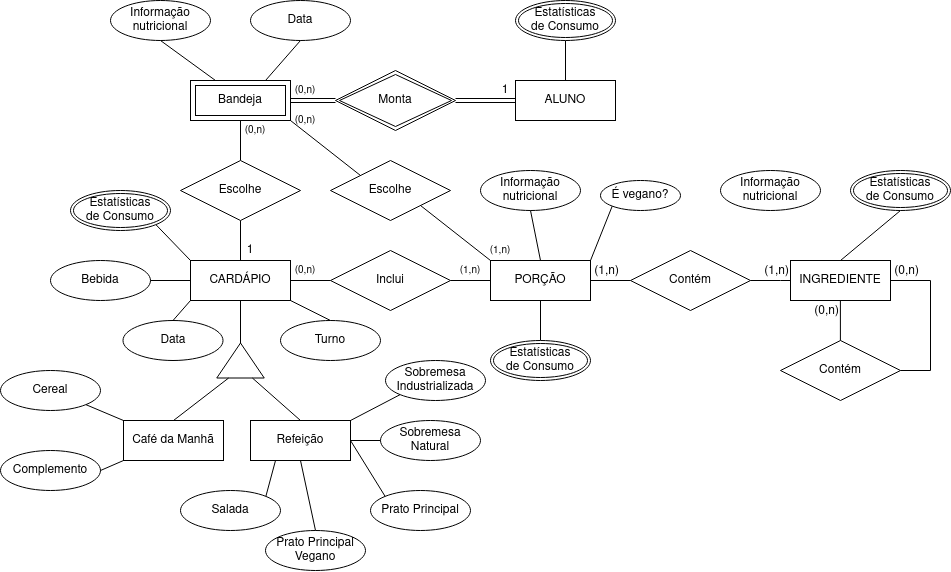
This is lab02/images/ER_Restaurante.png from uniaovasko/vasco, a draw.io export, as it was before one commit. Source tidied: cells renumbered, new cells last; positions are measured from the earlier drawing's top-left corner, leaving out a move shared by most shapes. Its diagram source:
```xml
<mxGraphModel background="#FFFFFF">
  <root>
    <mxCell id="0" />
    <mxCell id="1" parent="0" />
    <mxCell id="2" value="CARDÁPIO" style="whiteSpace=wrap;html=1;align=center;" parent="1" vertex="1">
      <mxGeometry x="190" y="260" width="100" height="40" as="geometry" />
    </mxCell>
    <mxCell id="3" value="ALUNO" style="whiteSpace=wrap;html=1;align=center;" parent="1" vertex="1">
      <mxGeometry x="515" y="80" width="100" height="40" as="geometry" />
    </mxCell>
    <mxCell id="4" value="PORÇÃO" style="whiteSpace=wrap;html=1;align=center;" parent="1" vertex="1">
      <mxGeometry x="490" y="260" width="100" height="40" as="geometry" />
    </mxCell>
    <mxCell id="5" value="INGREDIENTE" style="whiteSpace=wrap;html=1;align=center;" parent="1" vertex="1">
      <mxGeometry x="790" y="260" width="100" height="40" as="geometry" />
    </mxCell>
    <mxCell id="6" value="Contém" style="shape=rhombus;perimeter=rhombusPerimeter;whiteSpace=wrap;html=1;align=center;" parent="1" vertex="1">
      <mxGeometry x="630" y="250" width="120" height="60" as="geometry" />
    </mxCell>
    <mxCell id="7" style="endArrow=none;html=1;rounded=0;exitX=1;exitY=0.5;exitDx=0;exitDy=0;entryX=0;entryY=0.5;entryDx=0;entryDy=0;" parent="1" edge="1" source="6" target="5">
      <mxGeometry relative="1" as="geometry">
        <Array as="points">
          <mxPoint x="780" y="280" />
        </Array>
      </mxGeometry>
    </mxCell>
    <mxCell id="8" value="(1,n)" style="whiteSpace=wrap;align=right;verticalAlign=bottom;horizontal=1;html=1;fontSize=12;spacing=2;" parent="7" vertex="1">
      <mxGeometry relative="1" as="geometry">
        <mxPoint x="20" as="offset" />
      </mxGeometry>
    </mxCell>
    <mxCell id="9" style="endArrow=none;html=1;rounded=0;exitX=0;exitY=0.5;exitDx=0;exitDy=0;entryX=1;entryY=0.5;entryDx=0;entryDy=0;" parent="1" edge="1" source="6" target="4">
      <mxGeometry relative="1" as="geometry" />
    </mxCell>
    <mxCell id="10" value="(1,n)" style="html=1;whiteSpace=wrap;align=right;verticalAlign=bottom;" parent="9" vertex="1">
      <mxGeometry x="1" relative="1" as="geometry">
        <mxPoint x="30" as="offset" />
      </mxGeometry>
    </mxCell>
    <mxCell id="11" value="Contém" style="shape=rhombus;perimeter=rhombusPerimeter;whiteSpace=wrap;html=1;align=center;" parent="1" vertex="1">
      <mxGeometry x="780" y="340" width="120" height="60" as="geometry" />
    </mxCell>
    <mxCell id="12" style="endArrow=none;html=1;rounded=0;exitX=1;exitY=0.5;exitDx=0;exitDy=0;entryX=1;entryY=0.5;entryDx=0;entryDy=0;" parent="1" edge="1" source="5" target="11">
      <mxGeometry relative="1" as="geometry">
        <Array as="points">
          <mxPoint x="930" y="280" />
          <mxPoint x="930" y="370" />
        </Array>
      </mxGeometry>
    </mxCell>
    <mxCell id="13" value="(0,n)" style="html=1;whiteSpace=wrap;align=right;verticalAlign=bottom;" parent="12" vertex="1">
      <mxGeometry x="1" relative="1" as="geometry">
        <mxPoint x="20" y="-90" as="offset" />
      </mxGeometry>
    </mxCell>
    <mxCell id="14" style="endArrow=none;html=1;rounded=0;exitX=0.5;exitY=0;exitDx=0;exitDy=0;entryX=0.5;entryY=1;entryDx=0;entryDy=0;" parent="1" edge="1">
      <mxGeometry relative="1" as="geometry">
        <mxPoint x="839.9" y="340" as="sourcePoint" />
        <mxPoint x="839.9" y="300" as="targetPoint" />
      </mxGeometry>
    </mxCell>
    <mxCell id="15" value="(0,n)" style="html=1;whiteSpace=wrap;align=right;verticalAlign=bottom;" parent="14" vertex="1">
      <mxGeometry x="1" relative="1" as="geometry">
        <mxPoint y="20" as="offset" />
      </mxGeometry>
    </mxCell>
    <mxCell id="16" value="Inclui" style="shape=rhombus;perimeter=rhombusPerimeter;whiteSpace=wrap;html=1;align=center;" parent="1" vertex="1">
      <mxGeometry x="330" y="250" width="120" height="60" as="geometry" />
    </mxCell>
    <mxCell id="17" style="endArrow=none;html=1;rounded=0;exitX=1;exitY=0.5;exitDx=0;exitDy=0;entryX=0;entryY=0.5;entryDx=0;entryDy=0;" parent="1" edge="1" source="16" target="4">
      <mxGeometry relative="1" as="geometry" />
    </mxCell>
    <mxCell id="18" style="endArrow=none;html=1;rounded=0;exitX=1;exitY=0.5;exitDx=0;exitDy=0;entryX=0;entryY=0.5;entryDx=0;entryDy=0;" parent="1" edge="1" source="2" target="16">
      <mxGeometry relative="1" as="geometry" />
    </mxCell>
    <mxCell id="19" style="endArrow=none;html=1;rounded=0;exitX=0.5;exitY=1;exitDx=0;exitDy=0;entryX=0.5;entryY=0;entryDx=0;entryDy=0;" parent="1" edge="1" target="2">
      <mxGeometry relative="1" as="geometry">
        <mxPoint x="240" y="220" as="sourcePoint" />
      </mxGeometry>
    </mxCell>
    <mxCell id="20" style="endArrow=none;html=1;rounded=0;exitX=0.5;exitY=1;exitDx=0;exitDy=0;entryX=0.5;entryY=0;entryDx=0;entryDy=0;" parent="1" edge="1" source="38">
      <mxGeometry relative="1" as="geometry">
        <mxPoint x="240" y="160" as="targetPoint" />
      </mxGeometry>
    </mxCell>
    <mxCell id="21" value="Data" style="ellipse;whiteSpace=wrap;html=1;align=center;" parent="1" vertex="1">
      <mxGeometry x="122.5" y="320" width="100" height="40" as="geometry" />
    </mxCell>
    <mxCell id="22" value="Turno" style="ellipse;whiteSpace=wrap;html=1;align=center;" parent="1" vertex="1">
      <mxGeometry x="280" y="320" width="100" height="40" as="geometry" />
    </mxCell>
    <mxCell id="23" style="endArrow=none;html=1;rounded=0;exitX=0.5;exitY=0;exitDx=0;exitDy=0;entryX=0;entryY=1;entryDx=0;entryDy=0;" parent="1" edge="1" source="21" target="2">
      <mxGeometry relative="1" as="geometry" />
    </mxCell>
    <mxCell id="24" style="endArrow=none;html=1;rounded=0;exitX=0.5;exitY=0;exitDx=0;exitDy=0;entryX=1;entryY=1;entryDx=0;entryDy=0;" parent="1" edge="1" source="22" target="2">
      <mxGeometry relative="1" as="geometry" />
    </mxCell>
    <mxCell id="25" style="endArrow=none;html=1;rounded=0;exitX=0.5;exitY=0;exitDx=0;exitDy=0;entryX=0.5;entryY=1;entryDx=0;entryDy=0;" parent="1" edge="1" source="5" target="57">
      <mxGeometry relative="1" as="geometry" />
    </mxCell>
    <mxCell id="26" style="endArrow=none;html=1;rounded=0;entryX=1;entryY=1;entryDx=0;entryDy=0;exitX=0;exitY=0;exitDx=0;exitDy=0;" parent="1" edge="1" source="2" target="54">
      <mxGeometry relative="1" as="geometry" />
    </mxCell>
    <mxCell id="27" value="Informação nutricional" style="ellipse;whiteSpace=wrap;html=1;align=center;" parent="1" vertex="1">
      <mxGeometry x="480" y="170" width="100" height="40" as="geometry" />
    </mxCell>
    <mxCell id="28" style="endArrow=none;html=1;rounded=0;exitX=0.5;exitY=1;exitDx=0;exitDy=0;entryX=0.5;entryY=0;entryDx=0;entryDy=0;" parent="1" edge="1" source="27" target="4">
      <mxGeometry relative="1" as="geometry" />
    </mxCell>
    <mxCell id="29" style="endArrow=none;html=1;rounded=0;entryX=0.5;entryY=1;entryDx=0;entryDy=0;exitX=0.5;exitY=0;exitDx=0;exitDy=0;" parent="1" edge="1" source="55" target="4">
      <mxGeometry relative="1" as="geometry" />
    </mxCell>
    <mxCell id="30" value="Escolhe" style="shape=rhombus;perimeter=rhombusPerimeter;whiteSpace=wrap;html=1;align=center;" parent="1" vertex="1">
      <mxGeometry x="330" y="160" width="120" height="60" as="geometry" />
    </mxCell>
    <mxCell id="31" style="endArrow=none;html=1;rounded=0;exitX=1;exitY=1;exitDx=0;exitDy=0;entryX=0;entryY=0;entryDx=0;entryDy=0;" parent="1" edge="1" target="30">
      <mxGeometry relative="1" as="geometry">
        <mxPoint x="290" y="120" as="sourcePoint" />
      </mxGeometry>
    </mxCell>
    <mxCell id="32" style="endArrow=none;html=1;rounded=0;exitX=1;exitY=1;exitDx=0;exitDy=0;" parent="1" edge="1" source="30">
      <mxGeometry relative="1" as="geometry">
        <mxPoint x="490" y="260" as="targetPoint" />
      </mxGeometry>
    </mxCell>
    <mxCell id="33" style="endArrow=none;html=1;rounded=0;exitX=0.5;exitY=0;exitDx=0;exitDy=0;entryX=0.5;entryY=1;entryDx=0;entryDy=0;" parent="1" edge="1" source="3" target="56">
      <mxGeometry relative="1" as="geometry" />
    </mxCell>
    <mxCell id="34" value="Informação nutricional" style="ellipse;whiteSpace=wrap;html=1;align=center;" parent="1" vertex="1">
      <mxGeometry x="110" width="100" height="40" as="geometry" />
    </mxCell>
    <mxCell id="35" value="Data" style="ellipse;whiteSpace=wrap;html=1;align=center;" parent="1" vertex="1">
      <mxGeometry x="250" width="100" height="40" as="geometry" />
    </mxCell>
    <mxCell id="36" style="endArrow=none;html=1;rounded=0;exitX=0.5;exitY=1;exitDx=0;exitDy=0;entryX=0.25;entryY=0;entryDx=0;entryDy=0;" parent="1" edge="1" source="34">
      <mxGeometry relative="1" as="geometry">
        <mxPoint x="215" y="80" as="targetPoint" />
      </mxGeometry>
    </mxCell>
    <mxCell id="37" style="endArrow=none;html=1;rounded=0;exitX=0.75;exitY=0;exitDx=0;exitDy=0;entryX=0.5;entryY=1;entryDx=0;entryDy=0;" parent="1" edge="1" target="35">
      <mxGeometry relative="1" as="geometry">
        <mxPoint x="265" y="80" as="sourcePoint" />
      </mxGeometry>
    </mxCell>
    <mxCell id="38" value="Bandeja" style="shape=ext;margin=3;double=1;whiteSpace=wrap;html=1;align=center;" parent="1" vertex="1">
      <mxGeometry x="190" y="80" width="100" height="40" as="geometry" />
    </mxCell>
    <mxCell id="39" value="Monta" style="shape=rhombus;double=1;perimeter=rhombusPerimeter;whiteSpace=wrap;html=1;align=center;" parent="1" vertex="1">
      <mxGeometry x="335" y="70" width="120" height="60" as="geometry" />
    </mxCell>
    <mxCell id="40" value="&lt;font style=&quot;font-size: 10px;&quot;&gt;(0,n)&lt;/font&gt;" style="text;html=1;strokeColor=none;fillColor=none;align=center;verticalAlign=middle;whiteSpace=wrap;rounded=0;" parent="1" vertex="1">
      <mxGeometry x="245" y="120" width="20" height="20" as="geometry" />
    </mxCell>
    <mxCell id="41" value="1" style="text;html=1;strokeColor=none;fillColor=none;align=center;verticalAlign=middle;whiteSpace=wrap;rounded=0;" parent="1" vertex="1">
      <mxGeometry x="240" y="240" width="20" height="20" as="geometry" />
    </mxCell>
    <mxCell id="42" value="1" style="text;html=1;strokeColor=none;fillColor=none;align=center;verticalAlign=middle;whiteSpace=wrap;rounded=0;" parent="1" vertex="1">
      <mxGeometry x="495" y="80" width="20" height="20" as="geometry" />
    </mxCell>
    <mxCell id="43" value="&lt;font style=&quot;font-size: 10px;&quot;&gt;(0,n)&lt;/font&gt;" style="text;html=1;strokeColor=none;fillColor=none;align=center;verticalAlign=middle;whiteSpace=wrap;rounded=0;" parent="1" vertex="1">
      <mxGeometry x="290" y="80" width="30" height="20" as="geometry" />
    </mxCell>
    <mxCell id="44" value="&lt;font style=&quot;font-size: 10px;&quot;&gt;(1,n)&lt;/font&gt;" style="text;html=1;strokeColor=none;fillColor=none;align=center;verticalAlign=middle;whiteSpace=wrap;rounded=0;" parent="1" vertex="1">
      <mxGeometry x="485" y="240" width="30" height="20" as="geometry" />
    </mxCell>
    <mxCell id="45" value="&lt;font style=&quot;font-size: 10px;&quot;&gt;(0,n)&lt;/font&gt;" style="text;html=1;strokeColor=none;fillColor=none;align=center;verticalAlign=middle;whiteSpace=wrap;rounded=0;" parent="1" vertex="1">
      <mxGeometry x="290" y="110" width="30" height="20" as="geometry" />
    </mxCell>
    <mxCell id="46" value="&lt;font style=&quot;font-size: 10px;&quot;&gt;(1,n)&lt;/font&gt;" style="text;html=1;strokeColor=none;fillColor=none;align=center;verticalAlign=middle;whiteSpace=wrap;rounded=0;" parent="1" vertex="1">
      <mxGeometry x="455" y="260" width="30" height="20" as="geometry" />
    </mxCell>
    <mxCell id="47" value="&lt;div&gt;&lt;font style=&quot;font-size: 10px;&quot;&gt;(0,n)&lt;/font&gt;&lt;/div&gt;" style="text;html=1;strokeColor=none;fillColor=none;align=center;verticalAlign=middle;whiteSpace=wrap;rounded=0;" parent="1" vertex="1">
      <mxGeometry x="290" y="260" width="30" height="20" as="geometry" />
    </mxCell>
    <mxCell id="48" style="triangle;whiteSpace=wrap;html=1;rotation=-90;" parent="1" vertex="1">
      <mxGeometry x="222.5" y="336.2" width="35" height="47.5" as="geometry" />
    </mxCell>
    <mxCell id="49" value="Café da Manhã" style="whiteSpace=wrap;html=1;align=center;" parent="1" vertex="1">
      <mxGeometry x="123" y="420" width="100" height="40" as="geometry" />
    </mxCell>
    <mxCell id="50" value="Refeição" style="whiteSpace=wrap;html=1;align=center;" parent="1" vertex="1">
      <mxGeometry x="250" y="420" width="100" height="40" as="geometry" />
    </mxCell>
    <mxCell id="51" style="endArrow=none;html=1;rounded=0;exitX=0.5;exitY=0;exitDx=0;exitDy=0;entryX=0;entryY=0.25;entryDx=0;entryDy=0;" parent="1" edge="1" source="49" target="48">
      <mxGeometry relative="1" as="geometry" />
    </mxCell>
    <mxCell id="52" style="endArrow=none;html=1;rounded=0;exitX=0;exitY=0.75;exitDx=0;exitDy=0;entryX=0.5;entryY=0;entryDx=0;entryDy=0;" parent="1" edge="1" source="48" target="50">
      <mxGeometry relative="1" as="geometry" />
    </mxCell>
    <mxCell id="53" style="endArrow=none;html=1;rounded=0;entryX=0.5;entryY=1;entryDx=0;entryDy=0;exitX=1;exitY=0.5;exitDx=0;exitDy=0;" parent="1" edge="1" source="48" target="2">
      <mxGeometry relative="1" as="geometry" />
    </mxCell>
    <mxCell id="54" value="&lt;div&gt;Estatísticas&lt;/div&gt;&lt;div&gt;de Consumo&lt;br&gt;&lt;/div&gt;" style="ellipse;shape=doubleEllipse;margin=3;whiteSpace=wrap;html=1;align=center;" parent="1" vertex="1">
      <mxGeometry x="70" y="190" width="100" height="40" as="geometry" />
    </mxCell>
    <mxCell id="55" value="&lt;div&gt;Estatísticas&lt;/div&gt;&lt;div&gt;de Consumo&lt;br&gt;&lt;/div&gt;" style="ellipse;shape=doubleEllipse;margin=3;whiteSpace=wrap;html=1;align=center;" parent="1" vertex="1">
      <mxGeometry x="490" y="340" width="100" height="40" as="geometry" />
    </mxCell>
    <mxCell id="56" value="&lt;div&gt;Estatísticas&lt;/div&gt;&lt;div&gt;de Consumo&lt;br&gt;&lt;/div&gt;" style="ellipse;shape=doubleEllipse;margin=3;whiteSpace=wrap;html=1;align=center;" parent="1" vertex="1">
      <mxGeometry x="515" width="100" height="40" as="geometry" />
    </mxCell>
    <mxCell id="57" value="&lt;div&gt;Estatísticas&lt;/div&gt;&lt;div&gt;de Consumo&lt;br&gt;&lt;/div&gt;" style="ellipse;shape=doubleEllipse;margin=3;whiteSpace=wrap;html=1;align=center;" parent="1" vertex="1">
      <mxGeometry x="850" y="170" width="100" height="40" as="geometry" />
    </mxCell>
    <mxCell id="58" value="É vegano?" style="ellipse;whiteSpace=wrap;html=1;align=center;" parent="1" vertex="1">
      <mxGeometry x="600" y="180" width="80" height="30" as="geometry" />
    </mxCell>
    <mxCell id="59" style="endArrow=none;html=1;rounded=0;exitX=1;exitY=0;exitDx=0;exitDy=0;entryX=0;entryY=1;entryDx=0;entryDy=0;" parent="1" edge="1" source="4" target="58">
      <mxGeometry relative="1" as="geometry" />
    </mxCell>
    <mxCell id="60" value="Escolhe" style="shape=rhombus;perimeter=rhombusPerimeter;whiteSpace=wrap;html=1;align=center;" parent="1" vertex="1">
      <mxGeometry x="180" y="160" width="120" height="60" as="geometry" />
    </mxCell>
    <mxCell id="61" style="shape=link;html=1;rounded=0;exitX=1;exitY=0.5;exitDx=0;exitDy=0;entryX=0;entryY=0.5;entryDx=0;entryDy=0;" parent="1" edge="1" source="38" target="39">
      <mxGeometry relative="1" as="geometry" />
    </mxCell>
    <mxCell id="62" style="shape=link;html=1;rounded=0;exitX=1;exitY=0.5;exitDx=0;exitDy=0;entryX=0;entryY=0.5;entryDx=0;entryDy=0;" parent="1" edge="1" source="39" target="3">
      <mxGeometry relative="1" as="geometry" />
    </mxCell>
    <mxCell id="63" value="Complemento" style="ellipse;whiteSpace=wrap;html=1;align=center;" parent="1" vertex="1">
      <mxGeometry y="450" width="100" height="40" as="geometry" />
    </mxCell>
    <mxCell id="64" value="Sobremesa Industrializada" style="ellipse;whiteSpace=wrap;html=1;align=center;" parent="1" vertex="1">
      <mxGeometry x="385" y="360" width="100" height="40" as="geometry" />
    </mxCell>
    <mxCell id="65" value="Bebida" style="ellipse;whiteSpace=wrap;html=1;align=center;" parent="1" vertex="1">
      <mxGeometry x="50" y="260" width="100" height="40" as="geometry" />
    </mxCell>
    <mxCell id="66" value="Cereal" style="ellipse;whiteSpace=wrap;html=1;align=center;" parent="1" vertex="1">
      <mxGeometry y="370" width="100" height="40" as="geometry" />
    </mxCell>
    <mxCell id="67" style="endArrow=none;html=1;rounded=0;exitX=1;exitY=1;exitDx=0;exitDy=0;entryX=0;entryY=0;entryDx=0;entryDy=0;" parent="1" edge="1" source="66" target="49">
      <mxGeometry relative="1" as="geometry" />
    </mxCell>
    <mxCell id="68" style="endArrow=none;html=1;rounded=0;entryX=0;entryY=1;entryDx=0;entryDy=0;exitX=1;exitY=0.5;exitDx=0;exitDy=0;" parent="1" edge="1" source="63" target="49">
      <mxGeometry relative="1" as="geometry" />
    </mxCell>
    <mxCell id="69" style="endArrow=none;html=1;rounded=0;exitX=1;exitY=0.5;exitDx=0;exitDy=0;entryX=0;entryY=0.5;entryDx=0;entryDy=0;" parent="1" edge="1" source="65" target="2">
      <mxGeometry relative="1" as="geometry" />
    </mxCell>
    <mxCell id="70" value="Prato Principal" style="ellipse;whiteSpace=wrap;html=1;align=center;" parent="1" vertex="1">
      <mxGeometry x="370" y="490" width="100" height="40" as="geometry" />
    </mxCell>
    <mxCell id="71" value="Prato Principal Vegano" style="ellipse;whiteSpace=wrap;html=1;align=center;" parent="1" vertex="1">
      <mxGeometry x="265" y="530" width="100" height="40" as="geometry" />
    </mxCell>
    <mxCell id="72" style="endArrow=none;html=1;rounded=0;exitX=1;exitY=0.5;exitDx=0;exitDy=0;entryX=0;entryY=0;entryDx=0;entryDy=0;" parent="1" edge="1" source="50" target="70">
      <mxGeometry relative="1" as="geometry" />
    </mxCell>
    <mxCell id="73" style="endArrow=none;html=1;rounded=0;exitX=0.5;exitY=1;exitDx=0;exitDy=0;entryX=0.5;entryY=0;entryDx=0;entryDy=0;" parent="1" edge="1" source="50" target="71">
      <mxGeometry relative="1" as="geometry" />
    </mxCell>
    <mxCell id="74" style="endArrow=none;html=1;rounded=0;entryX=0;entryY=1;entryDx=0;entryDy=0;exitX=1;exitY=0;exitDx=0;exitDy=0;" parent="1" edge="1" source="50" target="64">
      <mxGeometry relative="1" as="geometry" />
    </mxCell>
    <mxCell id="75" value="Sobremesa Natural" style="ellipse;whiteSpace=wrap;html=1;align=center;" parent="1" vertex="1">
      <mxGeometry x="380" y="420" width="100" height="40" as="geometry" />
    </mxCell>
    <mxCell id="76" style="endArrow=none;html=1;rounded=0;exitX=1;exitY=0.5;exitDx=0;exitDy=0;entryX=0;entryY=0.5;entryDx=0;entryDy=0;" parent="1" edge="1" source="50" target="75">
      <mxGeometry relative="1" as="geometry" />
    </mxCell>
    <mxCell id="77" value="Salada" style="ellipse;whiteSpace=wrap;html=1;align=center;" parent="1" vertex="1">
      <mxGeometry x="180" y="490" width="100" height="40" as="geometry" />
    </mxCell>
    <mxCell id="78" style="endArrow=none;html=1;rounded=0;exitX=1;exitY=0;exitDx=0;exitDy=0;entryX=0.25;entryY=1;entryDx=0;entryDy=0;" parent="1" edge="1" source="77" target="50">
      <mxGeometry relative="1" as="geometry" />
    </mxCell>
    <mxCell id="79" value="Informação nutricional" style="ellipse;whiteSpace=wrap;html=1;align=center;" parent="1" vertex="1">
      <mxGeometry x="720" y="170" width="100" height="40" as="geometry" />
    </mxCell>
  </root>
</mxGraphModel>
```
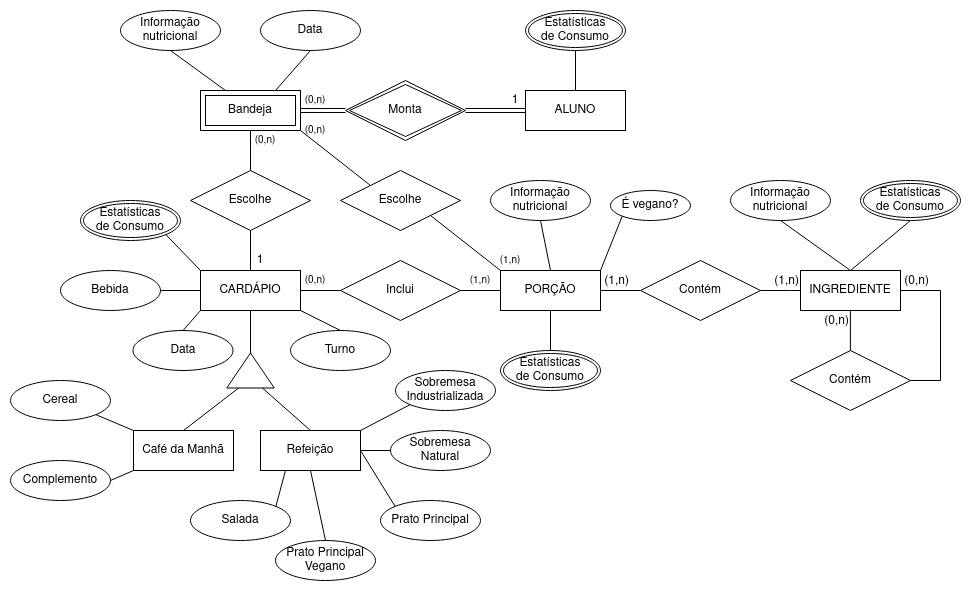
Later version of the same file.

Commit message:
consertado erro no ER

Change to the diagram source:
```diff
@@ -268,5 +268,8 @@
     <mxCell id="79" value="Informação nutricional" style="ellipse;whiteSpace=wrap;html=1;align=center;" parent="1" vertex="1">
       <mxGeometry x="720" y="170" width="100" height="40" as="geometry" />
     </mxCell>
+    <mxCell id="80" style="endArrow=none;html=1;rounded=0;exitX=0.5;exitY=1;exitDx=0;exitDy=0;entryX=0.5;entryY=0;entryDx=0;entryDy=0;" parent="1" edge="1" source="79" target="5">
+      <mxGeometry relative="1" as="geometry" />
+    </mxCell>
   </root>
 </mxGraphModel>
```
